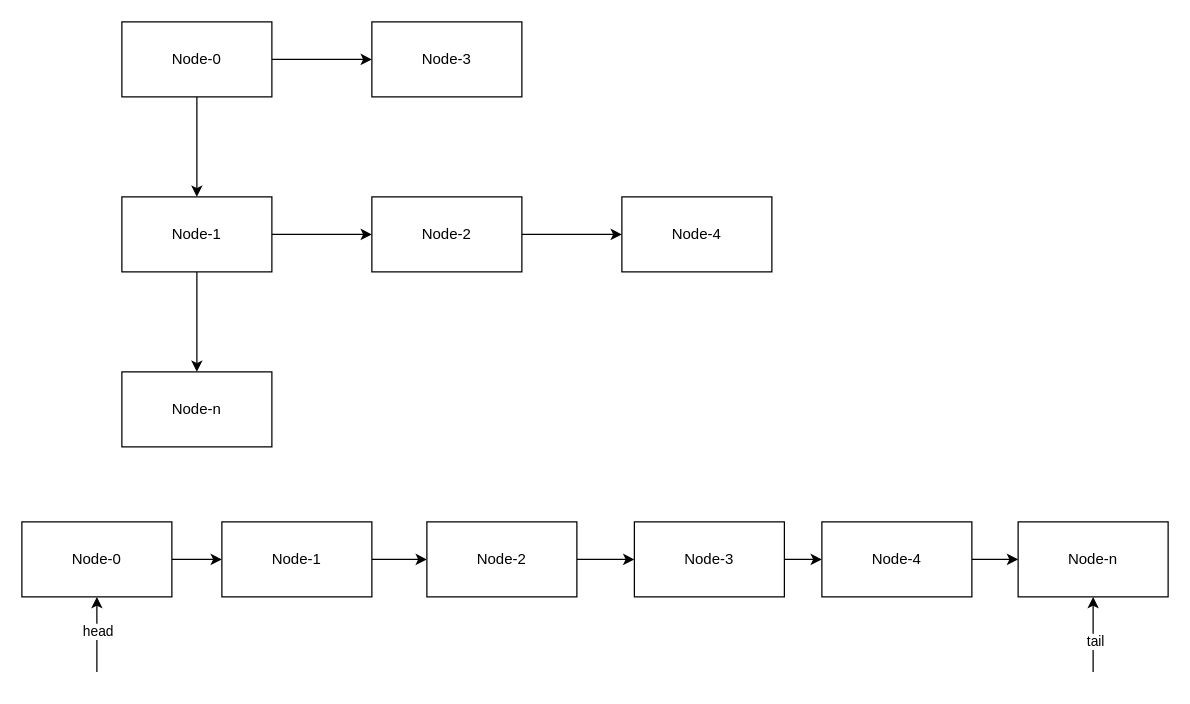
Before: LinkedHashMap.drawio in GallantKong/diagram, a draw.io diagram. Source tidied: cells renumbered, new cells numbered last; positions are measured from the earlier drawing's top-left corner, leaving out a move shared by most shapes. Both pictures are drawn from the tidied source at 125%, with x=0, y=0 at pixel (21, 21).
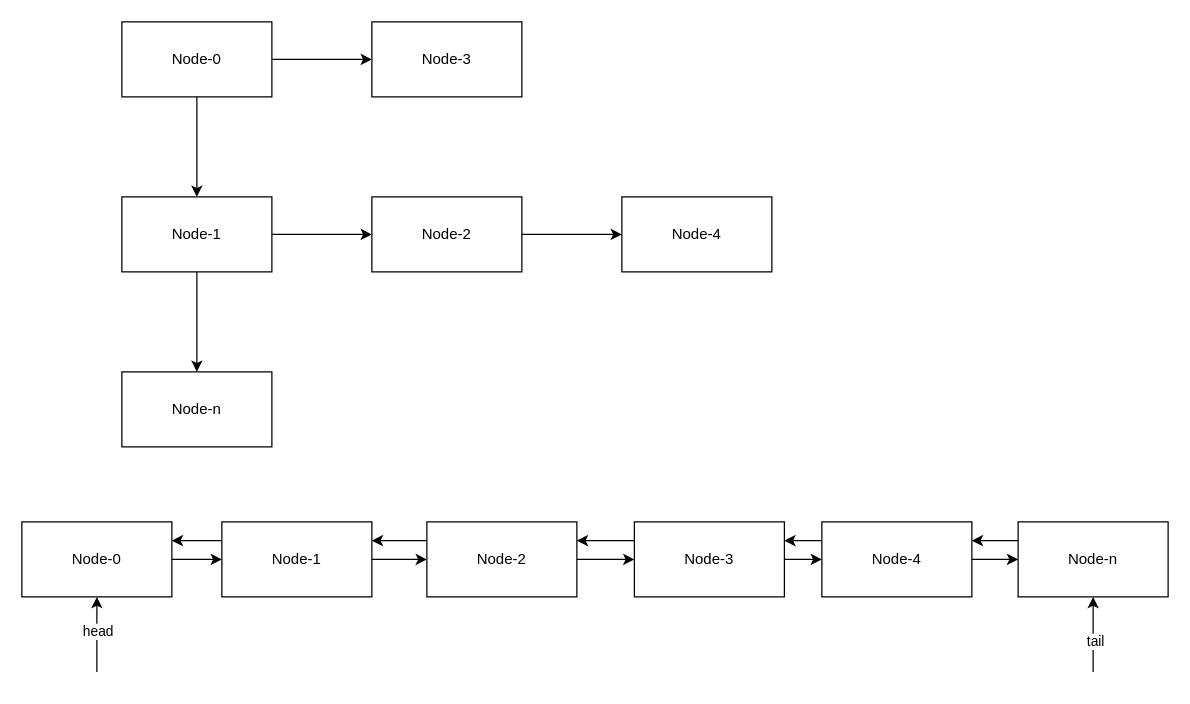
After the change.

The change refers to these unchanged cells:
```xml
<mxCell id="14" value="Node-0" style="rounded=0;whiteSpace=wrap;html=1;" parent="1" vertex="1">
  <mxGeometry y="400" width="120" height="60" as="geometry" />
</mxCell>
<mxCell id="16" value="Node-3" style="rounded=0;whiteSpace=wrap;html=1;" parent="1" vertex="1">
  <mxGeometry x="490" y="400" width="120" height="60" as="geometry" />
</mxCell>
<mxCell id="18" value="Node-1" style="rounded=0;whiteSpace=wrap;html=1;" parent="1" vertex="1">
  <mxGeometry x="160" y="400" width="120" height="60" as="geometry" />
</mxCell>
<mxCell id="20" value="Node-2" style="rounded=0;whiteSpace=wrap;html=1;" parent="1" vertex="1">
  <mxGeometry x="324" y="400" width="120" height="60" as="geometry" />
</mxCell>
<mxCell id="22" value="Node-4" style="rounded=0;whiteSpace=wrap;html=1;" parent="1" vertex="1">
  <mxGeometry x="640" y="400" width="120" height="60" as="geometry" />
</mxCell>
<mxCell id="23" value="Node-n" style="rounded=0;whiteSpace=wrap;html=1;" parent="1" vertex="1">
  <mxGeometry x="797" y="400" width="120" height="60" as="geometry" />
</mxCell>
```

Change to the diagram source:
```diff
@@
+    <mxCell id="28" style="edgeStyle=none;rounded=0;jettySize=auto;html=1;exitX=0;exitY=0.25;exitDx=0;exitDy=0;entryX=1;entryY=0.25;entryDx=0;entryDy=0;" parent="1" edge="1" source="16" target="20">
+      <mxGeometry relative="1" as="geometry" />
+    </mxCell>
@@
+    <mxCell id="29" style="edgeStyle=none;rounded=0;jettySize=auto;html=1;exitX=0;exitY=0.25;exitDx=0;exitDy=0;entryX=1;entryY=0.25;entryDx=0;entryDy=0;" parent="1" edge="1" source="18" target="14">
+      <mxGeometry relative="1" as="geometry" />
+    </mxCell>
@@
+    <mxCell id="30" style="edgeStyle=none;rounded=0;jettySize=auto;html=1;exitX=0;exitY=0.25;exitDx=0;exitDy=0;entryX=1;entryY=0.25;entryDx=0;entryDy=0;" parent="1" edge="1" source="20" target="18">
+      <mxGeometry relative="1" as="geometry" />
+    </mxCell>
@@
+    <mxCell id="31" style="edgeStyle=none;rounded=0;jettySize=auto;html=1;exitX=0;exitY=0.25;exitDx=0;exitDy=0;entryX=1;entryY=0.25;entryDx=0;entryDy=0;" parent="1" edge="1" source="22" target="16">
+      <mxGeometry relative="1" as="geometry" />
+    </mxCell>
@@
+    <mxCell id="32" style="edgeStyle=none;rounded=0;jettySize=auto;html=1;exitX=0;exitY=0.25;exitDx=0;exitDy=0;entryX=1;entryY=0.25;entryDx=0;entryDy=0;" parent="1" edge="1" source="23" target="22">
+      <mxGeometry relative="1" as="geometry" />
+    </mxCell>
```
